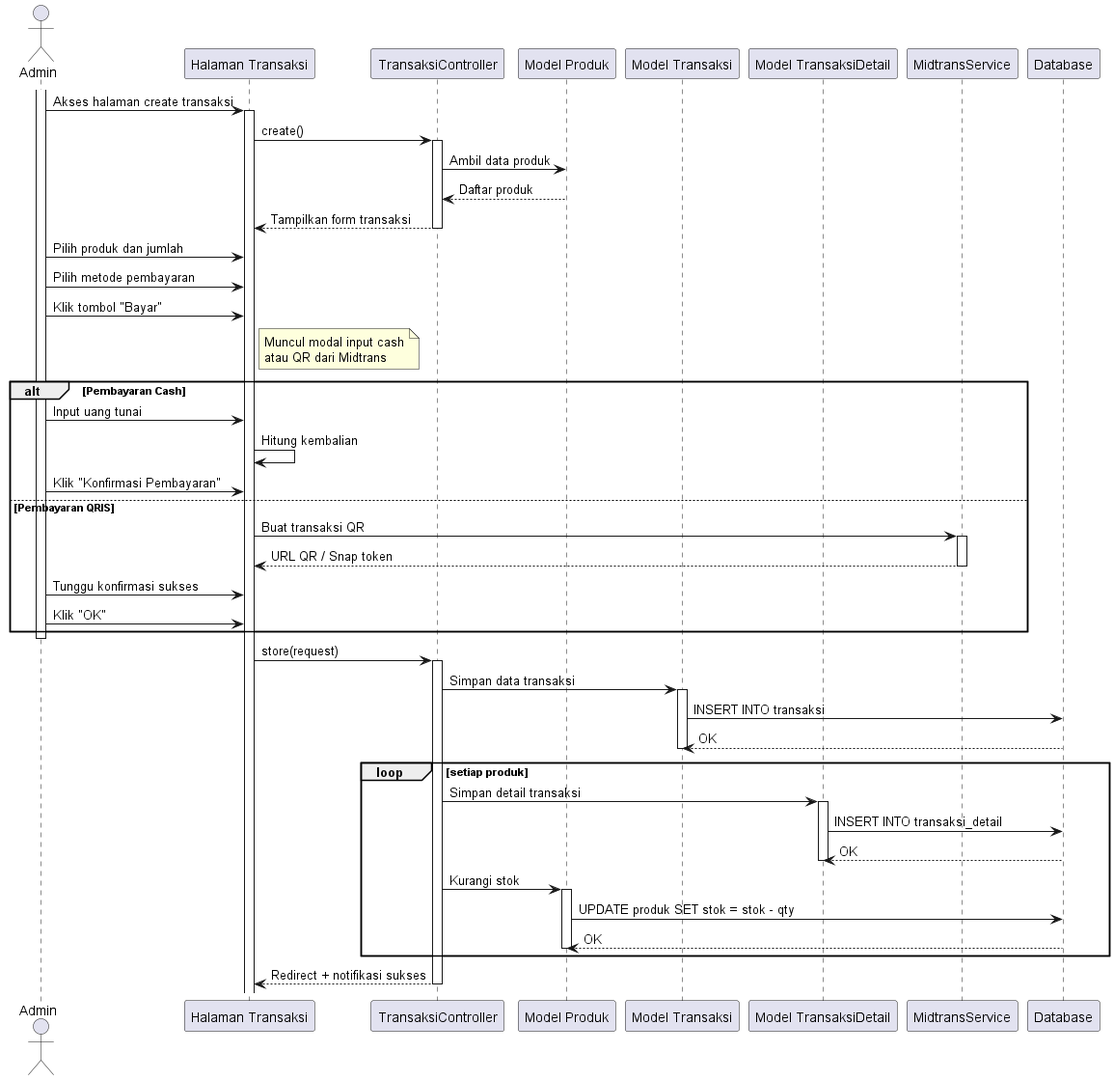
Before: out/sequence diagram/transaksi/membuat_transaksi/membuat_transaksi.png, a diagram exported from PlantUML (tengahcang/UML_TA). Its diagram source:
```plantuml
@startuml
actor Admin

participant "Halaman Transaksi" as TransaksiPage
participant "TransaksiController" as TransaksiController
participant "Model Produk" as ProductModel
participant "Model Transaksi" as TransaksiModel
participant "Model TransaksiDetail" as TransaksiDetailModel
participant "MidtransService" as Midtrans
participant "Database" as DB

activate Admin
Admin -> TransaksiPage: Akses halaman create transaksi
activate TransaksiPage

TransaksiPage -> TransaksiController: create()
activate TransaksiController
TransaksiController -> ProductModel: Ambil data produk
ProductModel --> TransaksiController: Daftar produk
TransaksiController --> TransaksiPage: Tampilkan form transaksi
deactivate TransaksiController

Admin -> TransaksiPage: Pilih produk dan jumlah
Admin -> TransaksiPage: Pilih metode pembayaran

Admin -> TransaksiPage: Klik tombol "Bayar"
note right of TransaksiPage
    Muncul modal input cash
    atau QR dari Midtrans
end note

alt Pembayaran Cash
    Admin -> TransaksiPage: Input uang tunai
    TransaksiPage -> TransaksiPage: Hitung kembalian
    Admin -> TransaksiPage: Klik "Konfirmasi Pembayaran"
else Pembayaran QRIS
    TransaksiPage -> Midtrans: Buat transaksi QR
    activate Midtrans
    Midtrans --> TransaksiPage: URL QR / Snap token
    deactivate Midtrans

    Admin -> TransaksiPage: Tunggu konfirmasi sukses
    Admin -> TransaksiPage: Klik "OK"
end
deactivate Admin

TransaksiPage -> TransaksiController: store(request)
activate TransaksiController

TransaksiController -> TransaksiModel: Simpan data transaksi
activate TransaksiModel
TransaksiModel -> DB: INSERT INTO transaksi
DB --> TransaksiModel: OK
deactivate TransaksiModel

loop setiap produk
    TransaksiController -> TransaksiDetailModel: Simpan detail transaksi
    activate TransaksiDetailModel
    TransaksiDetailModel -> DB: INSERT INTO transaksi_detail
    DB --> TransaksiDetailModel: OK
    deactivate TransaksiDetailModel

    TransaksiController -> ProductModel: Kurangi stok
    activate ProductModel
    ProductModel -> DB: UPDATE produk SET stok = stok - qty
    DB --> ProductModel: OK
    deactivate ProductModel
end

TransaksiController --> TransaksiPage: Redirect + notifikasi sukses
deactivate TransaksiController
@enduml
```
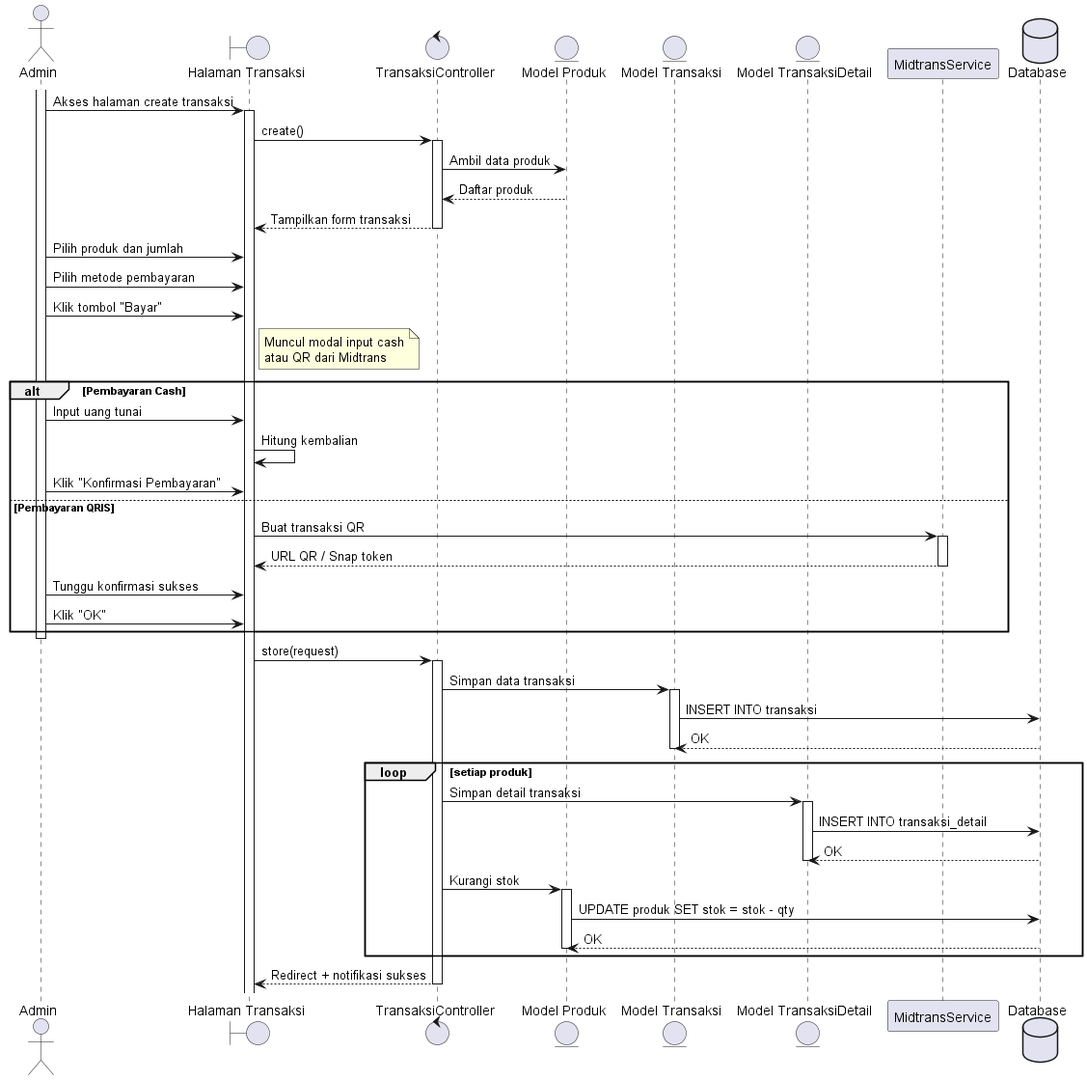
The same diagram one commit later.

Diff of the diagram source:
```diff
@@ -1,13 +1,13 @@
 @startuml
 actor Admin
 
-participant "Halaman Transaksi" as TransaksiPage
-participant "TransaksiController" as TransaksiController
-participant "Model Produk" as ProductModel
-participant "Model Transaksi" as TransaksiModel
-participant "Model TransaksiDetail" as TransaksiDetailModel
+boundary "Halaman Transaksi" as TransaksiPage
+control "TransaksiController" as TransaksiController
+entity "Model Produk" as ProductModel
+entity "Model Transaksi" as TransaksiModel
+entity "Model TransaksiDetail" as TransaksiDetailModel
 participant "MidtransService" as Midtrans
-participant "Database" as DB
+database "Database" as DB
 
 activate Admin
 Admin -> TransaksiPage: Akses halaman create transaksi
```
